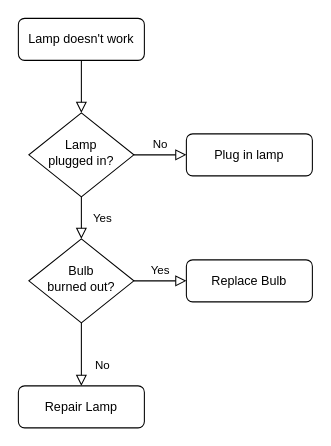
This is Namnlöst diagram.drawio from Selectedco2/FightingGame, a draw.io file, before an edit. Source tidied: cells renumbered, new cells numbered last; positions are measured from the earlier drawing's top-left corner, leaving out a move shared by most shapes. Both pictures are drawn from the tidied source at 105%, with x=0, y=0 at pixel (18, 18).
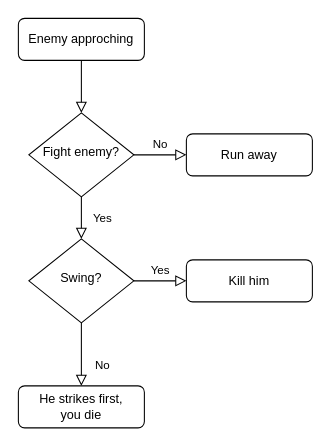
Above is the later version.

Commit message:
Avklarat diagram

The edit, as a diff of the source:
```diff
@@
 <mxGraphModel>
   <root>
     <mxCell id="0" />
     <mxCell id="1" parent="0" />
     <mxCell id="2" style="rounded=0;html=1;jettySize=auto;fontSize=11;endArrow=block;endFill=0;endSize=8;strokeWidth=1;shadow=0;labelBackgroundColor=none;edgeStyle=orthogonalEdgeStyle;" parent="1" edge="1" source="3" target="6">
       <mxGeometry relative="1" as="geometry" />
     </mxCell>
-    <mxCell id="3" value="Lamp doesn't work" style="rounded=1;whiteSpace=wrap;html=1;fontSize=12;glass=0;strokeWidth=1;shadow=0;" parent="1" vertex="1">
+    <mxCell id="3" value="Enemy approching" style="rounded=1;whiteSpace=wrap;html=1;fontSize=12;glass=0;strokeWidth=1;shadow=0;" parent="1" vertex="1">
       <mxGeometry width="120" height="40" as="geometry" />
     </mxCell>
     <mxCell id="4" value="Yes" style="rounded=0;html=1;jettySize=auto;fontSize=11;endArrow=block;endFill=0;endSize=8;strokeWidth=1;shadow=0;labelBackgroundColor=none;edgeStyle=orthogonalEdgeStyle;" parent="1" edge="1" source="6" target="10">
       <mxGeometry y="20" relative="1" as="geometry" />
     </mxCell>
     <mxCell id="5" value="No" style="edgeStyle=orthogonalEdgeStyle;rounded=0;html=1;jettySize=auto;fontSize=11;endArrow=block;endFill=0;endSize=8;strokeWidth=1;shadow=0;labelBackgroundColor=none;" parent="1" edge="1" source="6" target="7">
       <mxGeometry y="10" relative="1" as="geometry" />
     </mxCell>
-    <mxCell id="6" value="Lamp&lt;br&gt;plugged in?" style="rhombus;whiteSpace=wrap;html=1;shadow=0;fontFamily=Helvetica;fontSize=12;align=center;strokeWidth=1;spacing=6;spacingTop=-4;" parent="1" vertex="1">
+    <mxCell id="6" value="Fight enemy?" style="rhombus;whiteSpace=wrap;html=1;shadow=0;fontFamily=Helvetica;fontSize=12;align=center;strokeWidth=1;spacing=6;spacingTop=-4;" parent="1" vertex="1">
       <mxGeometry x="10" y="90" width="100" height="80" as="geometry" />
     </mxCell>
-    <mxCell id="7" value="Plug in lamp" style="rounded=1;whiteSpace=wrap;html=1;fontSize=12;glass=0;strokeWidth=1;shadow=0;" parent="1" vertex="1">
+    <mxCell id="7" value="Run away" style="rounded=1;whiteSpace=wrap;html=1;fontSize=12;glass=0;strokeWidth=1;shadow=0;" parent="1" vertex="1">
       <mxGeometry x="160" y="110" width="120" height="40" as="geometry" />
     </mxCell>
     <mxCell id="8" value="No" style="rounded=0;html=1;jettySize=auto;fontSize=11;endArrow=block;endFill=0;endSize=8;strokeWidth=1;shadow=0;labelBackgroundColor=none;edgeStyle=orthogonalEdgeStyle;" parent="1" edge="1" source="10" target="11">
       <mxGeometry x="0.33" y="20" relative="1" as="geometry" />
     </mxCell>
     <mxCell id="9" value="Yes" style="edgeStyle=orthogonalEdgeStyle;rounded=0;html=1;jettySize=auto;fontSize=11;endArrow=block;endFill=0;endSize=8;strokeWidth=1;shadow=0;labelBackgroundColor=none;" parent="1" edge="1" source="10" target="12">
       <mxGeometry y="10" relative="1" as="geometry" />
     </mxCell>
-    <mxCell id="10" value="Bulb&lt;br&gt;burned out?" style="rhombus;whiteSpace=wrap;html=1;shadow=0;fontFamily=Helvetica;fontSize=12;align=center;strokeWidth=1;spacing=6;spacingTop=-4;" parent="1" vertex="1">
+    <mxCell id="10" value="Swing?" style="rhombus;whiteSpace=wrap;html=1;shadow=0;fontFamily=Helvetica;fontSize=12;align=center;strokeWidth=1;spacing=6;spacingTop=-4;" parent="1" vertex="1">
       <mxGeometry x="10" y="210" width="100" height="80" as="geometry" />
     </mxCell>
-    <mxCell id="11" value="Repair Lamp" style="rounded=1;whiteSpace=wrap;html=1;fontSize=12;glass=0;strokeWidth=1;shadow=0;" parent="1" vertex="1">
+    <mxCell id="11" value="He strikes first, &lt;br&gt;you die" style="rounded=1;whiteSpace=wrap;html=1;fontSize=12;glass=0;strokeWidth=1;shadow=0;" parent="1" vertex="1">
       <mxGeometry y="350" width="120" height="40" as="geometry" />
     </mxCell>
-    <mxCell id="12" value="Replace Bulb" style="rounded=1;whiteSpace=wrap;html=1;fontSize=12;glass=0;strokeWidth=1;shadow=0;" parent="1" vertex="1">
+    <mxCell id="12" value="Kill him" style="rounded=1;whiteSpace=wrap;html=1;fontSize=12;glass=0;strokeWidth=1;shadow=0;" parent="1" vertex="1">
       <mxGeometry x="160" y="230" width="120" height="40" as="geometry" />
     </mxCell>
   </root>
 </mxGraphModel>
```
